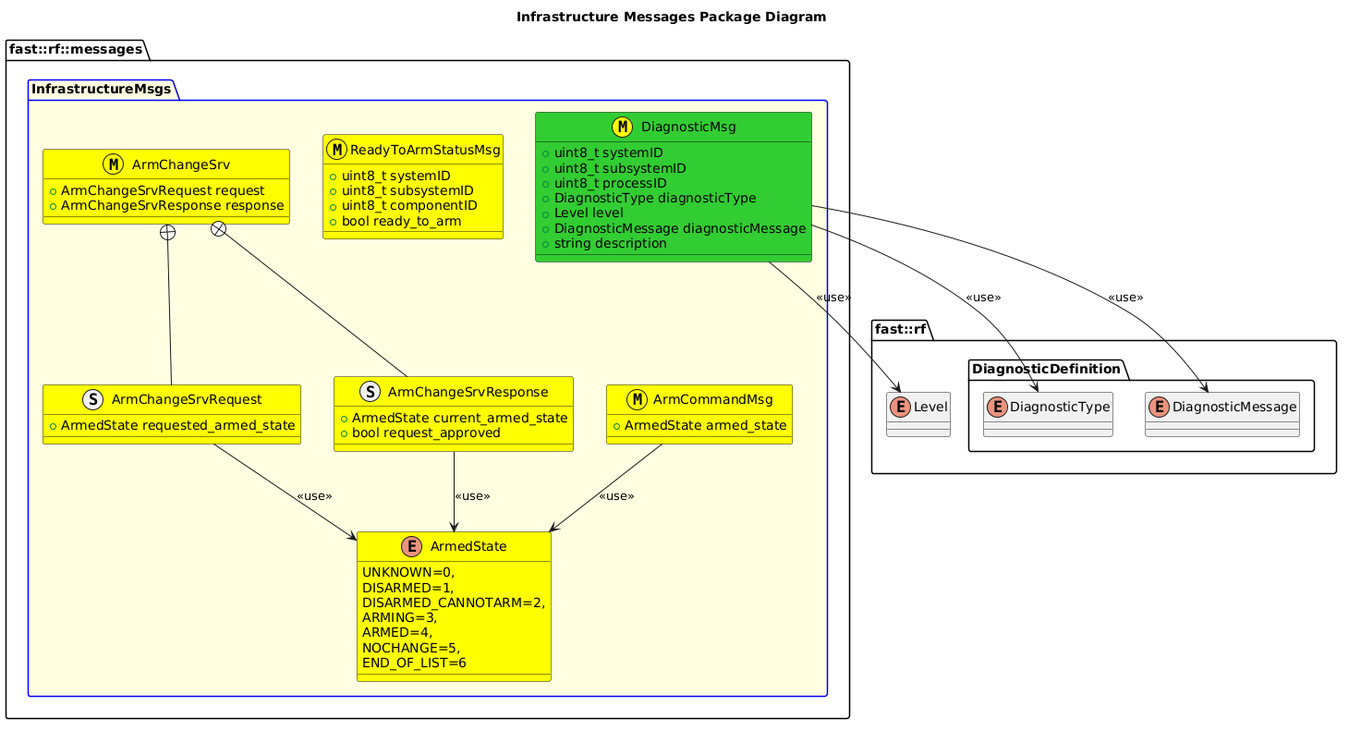
fastrobotics/robot_framework keeps this PlantUML diagram as msgs/InfrastructureMsgs/doc/puml/InfrastructureMessagesClassDiagram.png. Above is the earlier version.
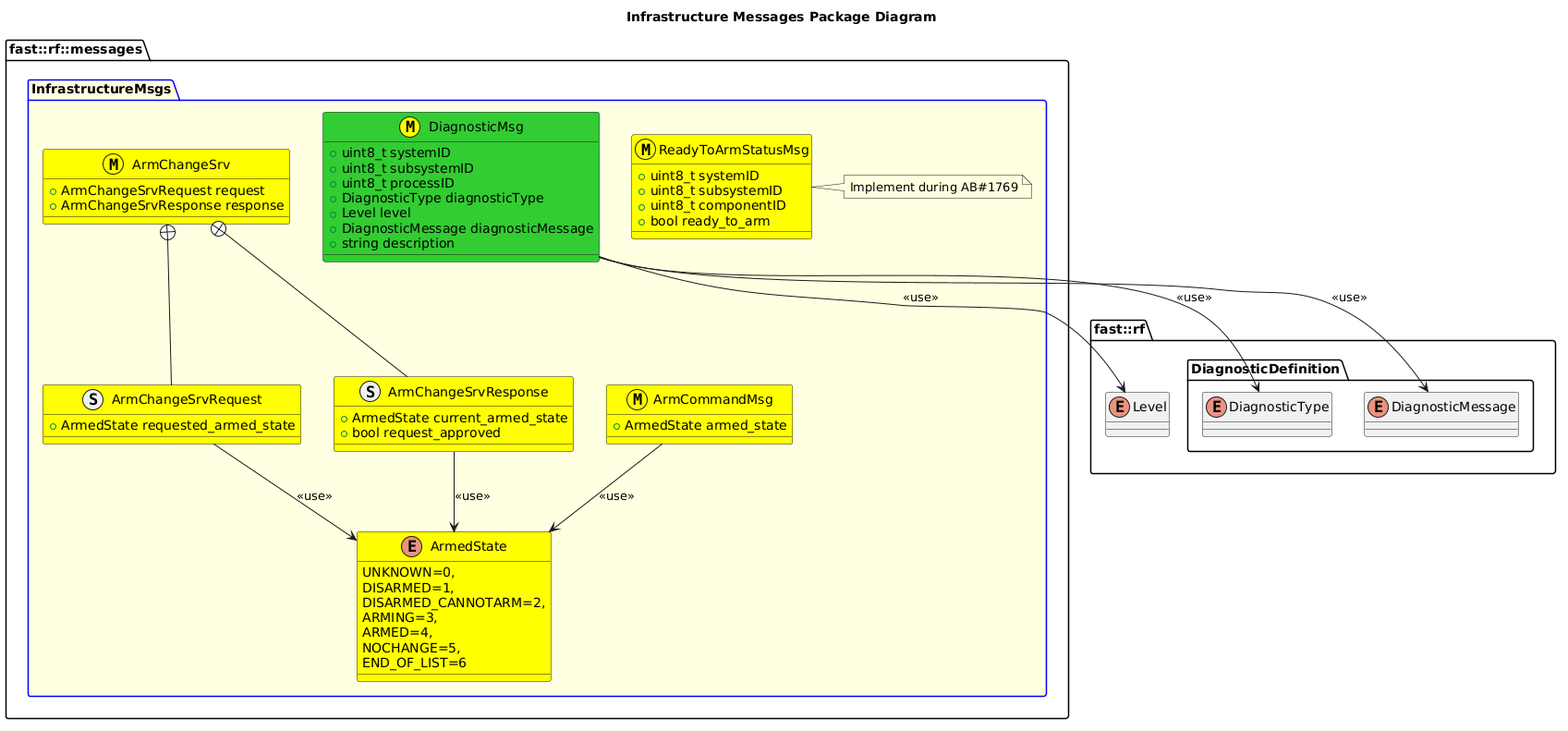
After the change.

Diff of the diagram source:
```diff
@@ -47,6 +47,9 @@
       +uint8_t componentID
       +bool ready_to_arm
     }
+    note right of ReadyToArmStatusMsg
+    Implement during AB#1769
+    end note
     class DiagnosticMsg <<(M,#FFFF00)>> #LimeGreen {
       +uint8_t systemID
       +uint8_t subsystemID
```
